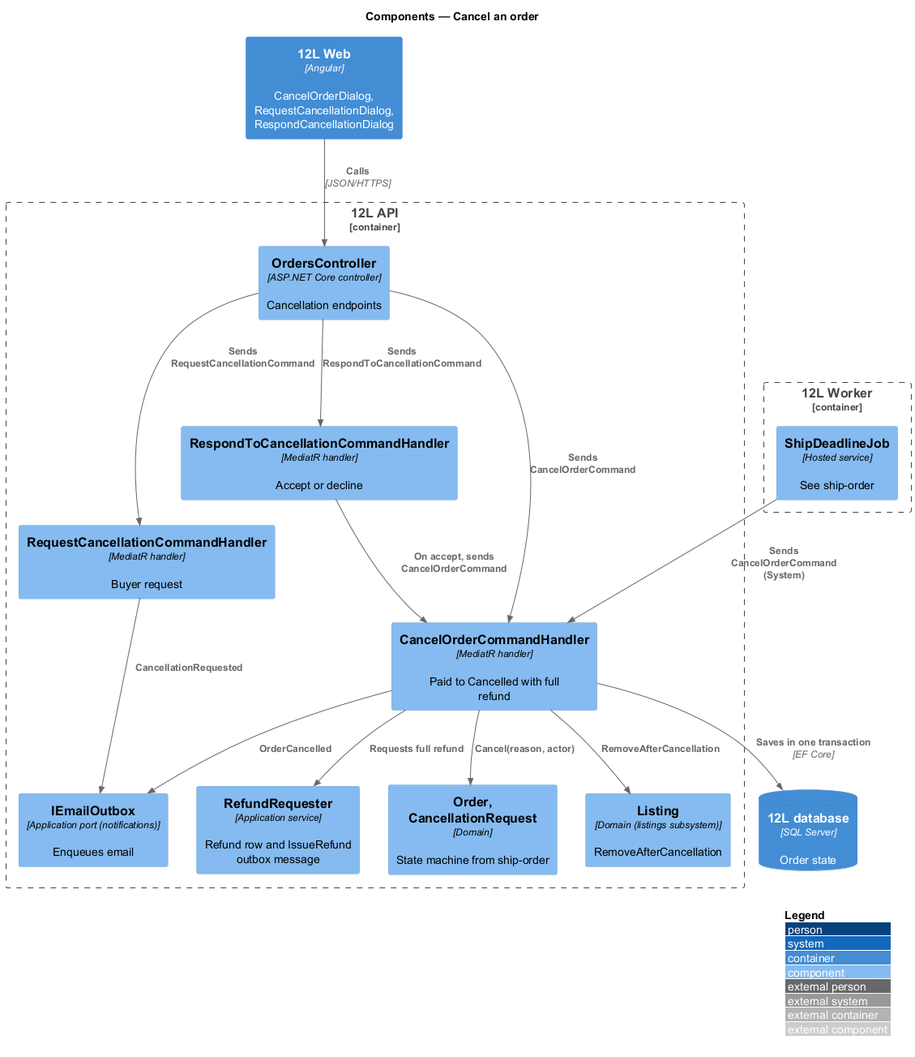
Before: docs/detailed-designs/orders/cancel-order/diagrams/c4-component.png, a diagram exported from PlantUML (QuinntyneBrown/12l).
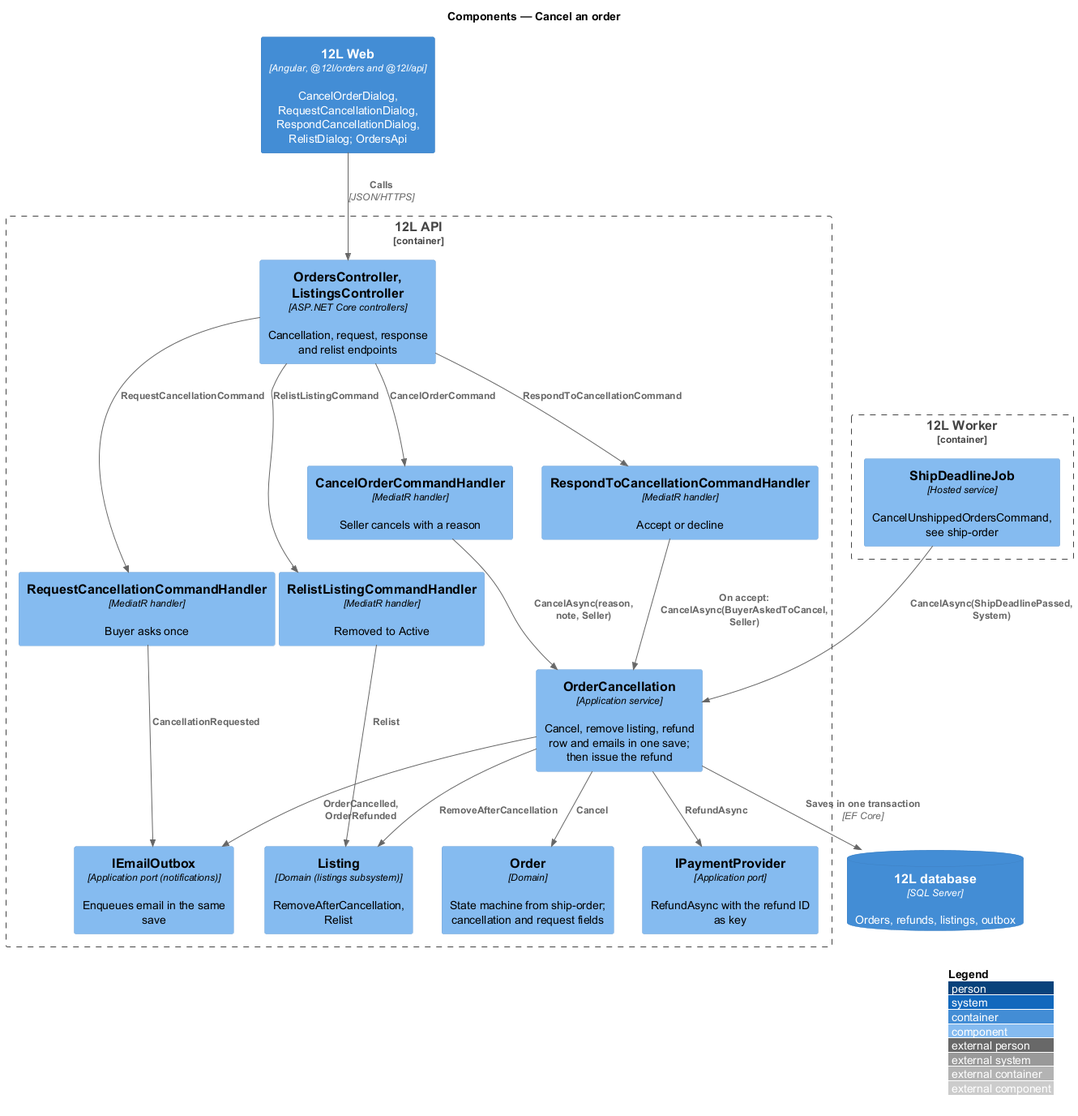
After the commit.

The edit, as a diff of the source:
```diff
@@ -3,31 +3,36 @@
 LAYOUT_WITH_LEGEND()
 title Components — Cancel an order
 
-Container(web, "12L Web", "Angular", "CancelOrderDialog, RequestCancellationDialog, RespondCancellationDialog")
+Container(web, "12L Web", "Angular, @12l/orders and @12l/api", "CancelOrderDialog, RequestCancellationDialog, RespondCancellationDialog, RelistDialog; OrdersApi")
 Container_Boundary(api, "12L API") {
-  Component(ctrl, "OrdersController", "ASP.NET Core controller", "Cancellation endpoints")
-  Component(cancel, "CancelOrderCommandHandler", "MediatR handler", "Paid to Cancelled with full refund")
-  Component(req, "RequestCancellationCommandHandler", "MediatR handler", "Buyer request")
+  Component(ctrl, "OrdersController, ListingsController", "ASP.NET Core controllers", "Cancellation, request, response and relist endpoints")
+  Component(cancel, "CancelOrderCommandHandler", "MediatR handler", "Seller cancels with a reason")
+  Component(req, "RequestCancellationCommandHandler", "MediatR handler", "Buyer asks once")
   Component(resp, "RespondToCancellationCommandHandler", "MediatR handler", "Accept or decline")
-  Component(order, "Order, CancellationRequest", "Domain", "State machine from ship-order")
-  Component(listing, "Listing", "Domain (listings subsystem)", "RemoveAfterCancellation")
-  Component(refund, "RefundRequester", "Application service", "Refund row and IssueRefund outbox message")
-  Component(notify, "IEmailOutbox", "Application port (notifications)", "Enqueues email")
+  Component(relist, "RelistListingCommandHandler", "MediatR handler", "Removed to Active")
+  Component(path, "OrderCancellation", "Application service", "Cancel, remove listing, refund row and emails in one save; then issue the refund")
+  Component(order, "Order", "Domain", "State machine from ship-order; cancellation and request fields")
+  Component(listing, "Listing", "Domain (listings subsystem)", "RemoveAfterCancellation, Relist")
+  Component(notify, "IEmailOutbox", "Application port (notifications)", "Enqueues email in the same save")
+  Component(pay, "IPaymentProvider", "Application port", "RefundAsync with the refund ID as key")
 }
 Container_Boundary(worker, "12L Worker") {
-  Component(dl, "ShipDeadlineJob", "Hosted service", "See ship-order")
+  Component(dl, "ShipDeadlineJob", "Hosted service", "CancelUnshippedOrdersCommand, see ship-order")
 }
-ContainerDb(db, "12L database", "SQL Server", "Order state")
+ContainerDb(db, "12L database", "SQL Server", "Orders, refunds, listings, outbox")
 Rel(web, ctrl, "Calls", "JSON/HTTPS")
-Rel(ctrl, cancel, "Sends CancelOrderCommand")
-Rel(ctrl, req, "Sends RequestCancellationCommand")
-Rel(ctrl, resp, "Sends RespondToCancellationCommand")
-Rel(resp, cancel, "On accept, sends CancelOrderCommand")
-Rel(dl, cancel, "Sends CancelOrderCommand (System)")
-Rel(cancel, order, "Cancel(reason, actor)")
-Rel(cancel, listing, "RemoveAfterCancellation")
-Rel(cancel, refund, "Requests full refund")
-Rel(cancel, notify, "OrderCancelled")
+Rel(ctrl, cancel, "CancelOrderCommand")
+Rel(ctrl, req, "RequestCancellationCommand")
+Rel(ctrl, resp, "RespondToCancellationCommand")
+Rel(ctrl, relist, "RelistListingCommand")
+Rel(cancel, path, "CancelAsync(reason, note, Seller)")
+Rel(resp, path, "On accept: CancelAsync(BuyerAskedToCancel, Seller)")
+Rel(dl, path, "CancelAsync(ShipDeadlinePassed, System)")
+Rel(path, order, "Cancel")
+Rel(path, listing, "RemoveAfterCancellation")
+Rel(path, notify, "OrderCancelled, OrderRefunded")
+Rel(path, pay, "RefundAsync")
 Rel(req, notify, "CancellationRequested")
-Rel(cancel, db, "Saves in one transaction", "EF Core")
+Rel(relist, listing, "Relist")
+Rel(path, db, "Saves in one transaction", "EF Core")
 @enduml
```
